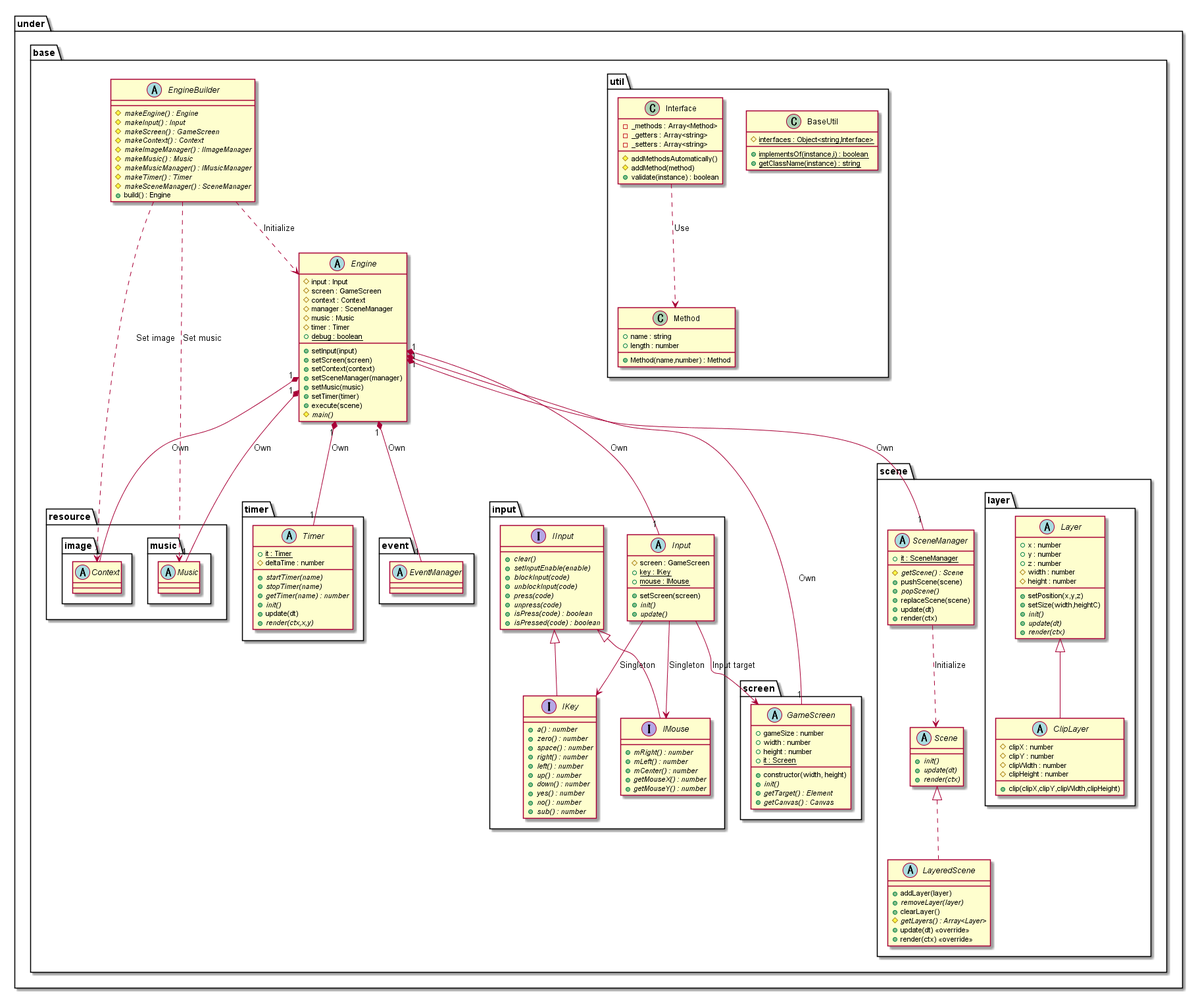
Earlier version of the PlantUML export out/uml/gamebase/Base/GameBaseBase.png (Expine/Under).
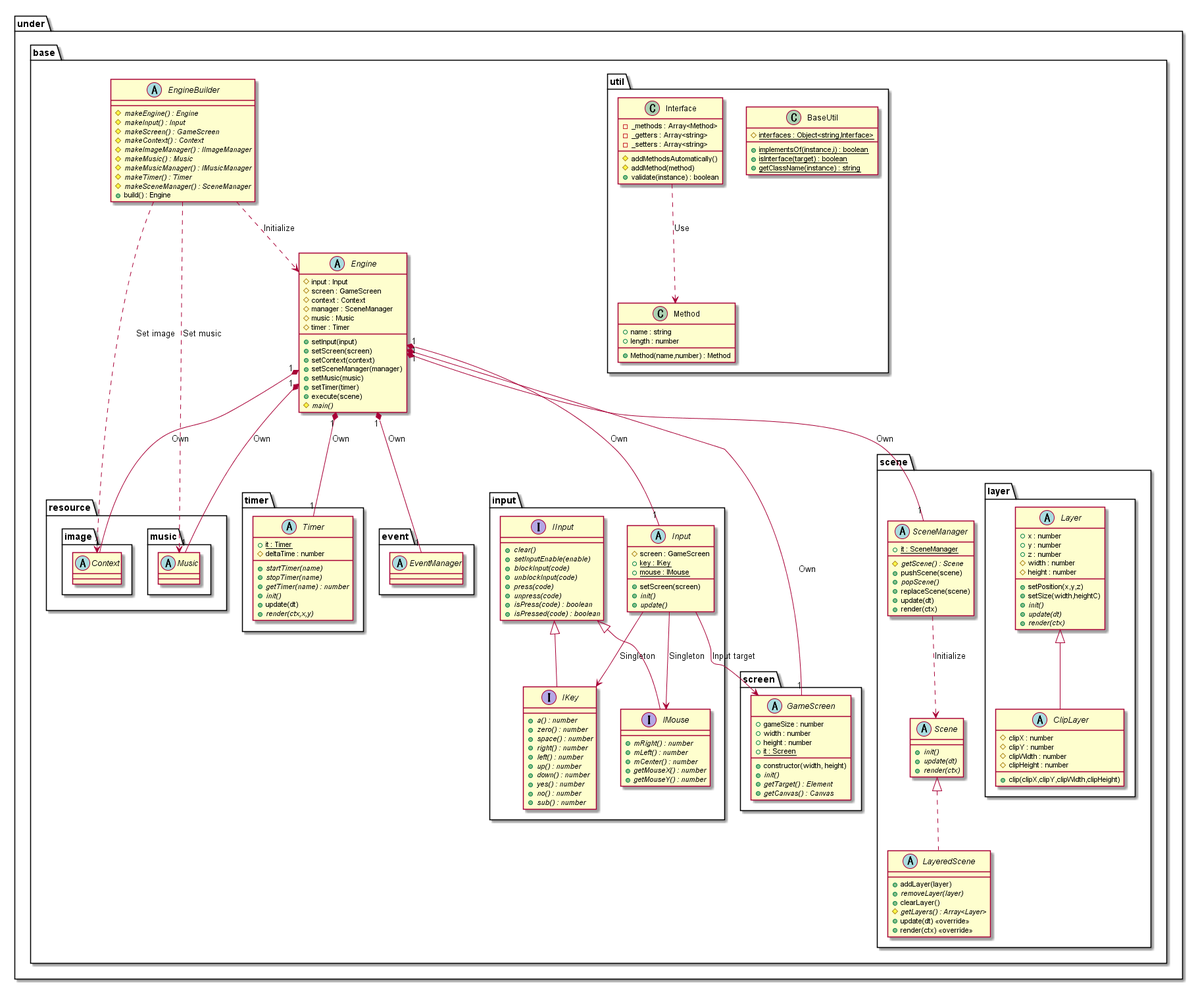
The same file after the commit.

The edit, as a diff of the source:
```diff
@@ -21,7 +21,6 @@
             #manager : SceneManager
             #music : Music
             #timer : Timer
-            {static} +debug : boolean
             +setInput(input)
             +setScreen(screen)
             +setContext(context)
@@ -152,6 +151,7 @@
             class BaseUtil {
                 {static} #interfaces : Object<string,Interface>
                 {static} +implementsOf(instance,i) : boolean
+                {static} +isInterface(target) : boolean
                 {static} +getClassName(instance) : string
             }
             class Interface {
```
